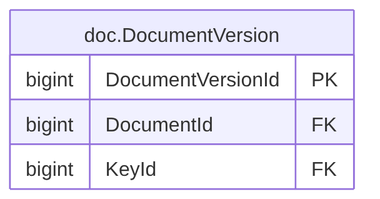
Earlier version of the Mermaid export treasury-platform/docs/diagrams/erd/m0_audit_docs_2.png (thawrasy/smartlines). Its source is kept beside it as treasury-platform/docs/diagrams/erd/m0_audit_docs_2.mmd.
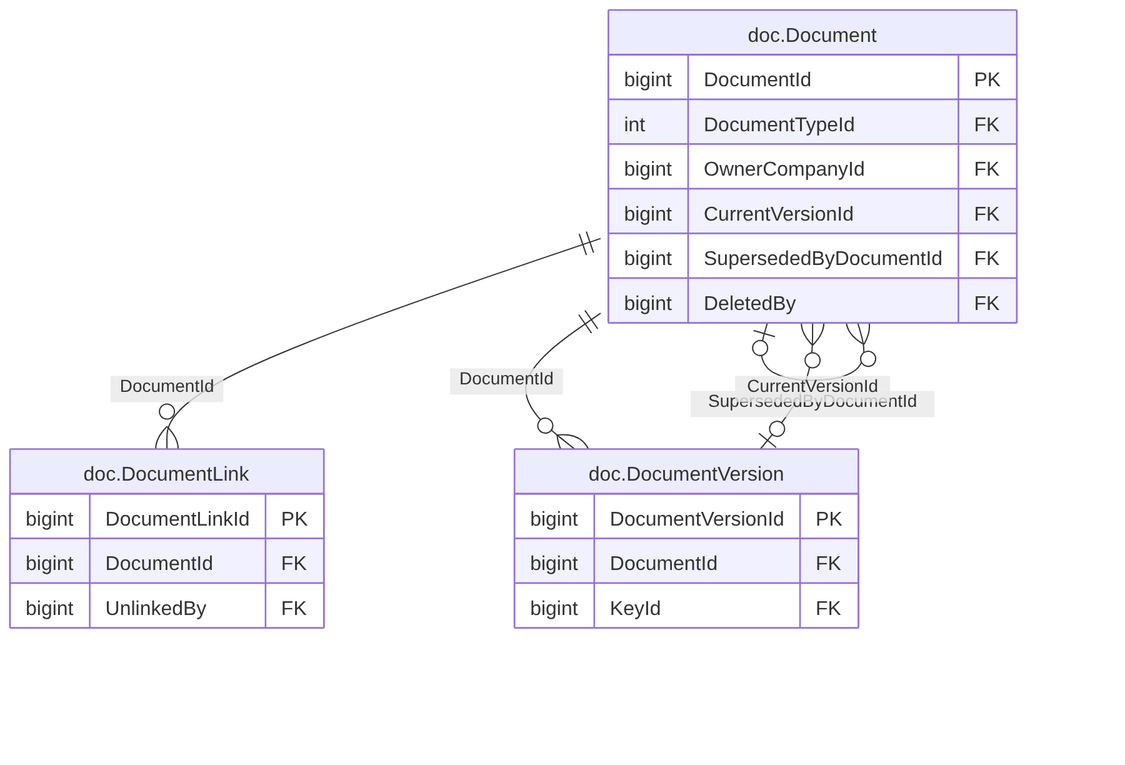
After the commit.

Change to the diagram source:
```diff
@@ -1,6 +1,23 @@
 erDiagram
+  doc_Document["doc.Document"] {
+    bigint DocumentId PK
+    int DocumentTypeId FK
+    bigint OwnerCompanyId FK
+    bigint CurrentVersionId FK
+    bigint SupersededByDocumentId FK
+    bigint DeletedBy FK
+  }
+  doc_DocumentLink["doc.DocumentLink"] {
+    bigint DocumentLinkId PK
+    bigint DocumentId FK
+    bigint UnlinkedBy FK
+  }
   doc_DocumentVersion["doc.DocumentVersion"] {
     bigint DocumentVersionId PK
     bigint DocumentId FK
     bigint KeyId FK
   }
+  doc_Document |o--o{ doc_Document : "SupersededByDocumentId"
+  doc_Document ||--o{ doc_DocumentLink : "DocumentId"
+  doc_Document ||--o{ doc_DocumentVersion : "DocumentId"
+  doc_DocumentVersion |o--o{ doc_Document : "CurrentVersionId"
```
